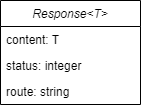
Earlier version of the draw.io export .gitbook/assets/model_response.drawio.png (Bernardo-MG/development-docs-architecture). Source tidied: cells renumbered, new cells last; positions are measured from the earlier drawing's top-left corner, leaving out a move shared by most shapes. Source of this version:
```xml
<mxGraphModel>
  <root>
    <mxCell id="0" />
    <mxCell id="1" parent="0" />
    <mxCell id="2" value="Response&lt;T&gt;" style="swimlane;fontStyle=2;horizontal=1;startSize=26;fillColor=none;" parent="1" vertex="1">
      <mxGeometry width="140" height="104" as="geometry" />
    </mxCell>
    <mxCell id="3" value="content: T" style="text;strokeColor=none;fillColor=none;align=left;verticalAlign=top;spacingLeft=4;spacingRight=4;overflow=hidden;" parent="2" vertex="1">
      <mxGeometry y="26" width="140" height="26" as="geometry" />
    </mxCell>
    <mxCell id="4" value="status: integer" style="text;strokeColor=none;fillColor=none;align=left;verticalAlign=top;spacingLeft=4;spacingRight=4;overflow=hidden;" parent="2" vertex="1">
      <mxGeometry y="52" width="140" height="26" as="geometry" />
    </mxCell>
    <mxCell id="5" value="route: string" style="text;strokeColor=none;fillColor=none;align=left;verticalAlign=top;spacingLeft=4;spacingRight=4;overflow=hidden;" parent="2" vertex="1">
      <mxGeometry y="78" width="140" height="26" as="geometry" />
    </mxCell>
  </root>
</mxGraphModel>
```
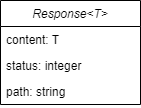
After the commit.

Commit message:
GitBook: [#84] No subject

The edit, as a diff of the source:
```diff
@@ -11,7 +11,7 @@
     <mxCell id="4" value="status: integer" style="text;strokeColor=none;fillColor=none;align=left;verticalAlign=top;spacingLeft=4;spacingRight=4;overflow=hidden;" parent="2" vertex="1">
       <mxGeometry y="52" width="140" height="26" as="geometry" />
     </mxCell>
-    <mxCell id="5" value="route: string" style="text;strokeColor=none;fillColor=none;align=left;verticalAlign=top;spacingLeft=4;spacingRight=4;overflow=hidden;" parent="2" vertex="1">
+    <mxCell id="5" value="path: string" style="text;strokeColor=none;fillColor=none;align=left;verticalAlign=top;spacingLeft=4;spacingRight=4;overflow=hidden;" parent="2" vertex="1">
       <mxGeometry y="78" width="140" height="26" as="geometry" />
     </mxCell>
   </root>
```
